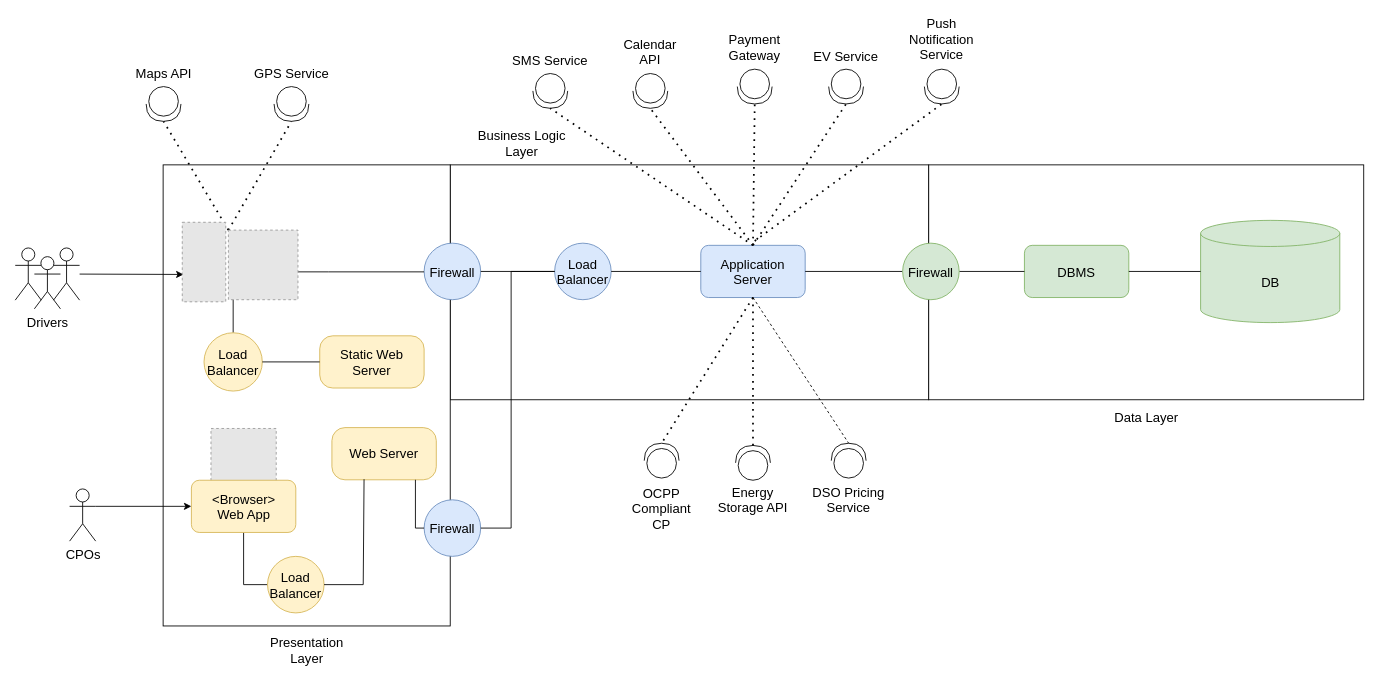
gio-del/eMall keeps this draw.io diagram as DD/src/Overview/overview_diagram.drawio. Above is the earlier version. Source tidied: cells renumbered, new cells numbered last; positions are measured from the earlier drawing's top-left corner, leaving out a move shared by most shapes. Both pictures are drawn from the tidied source at 87%, with x=0, y=0 at pixel (15, 25). Pictures stored in the file or linked from it are replaced by grey dashed boxes.
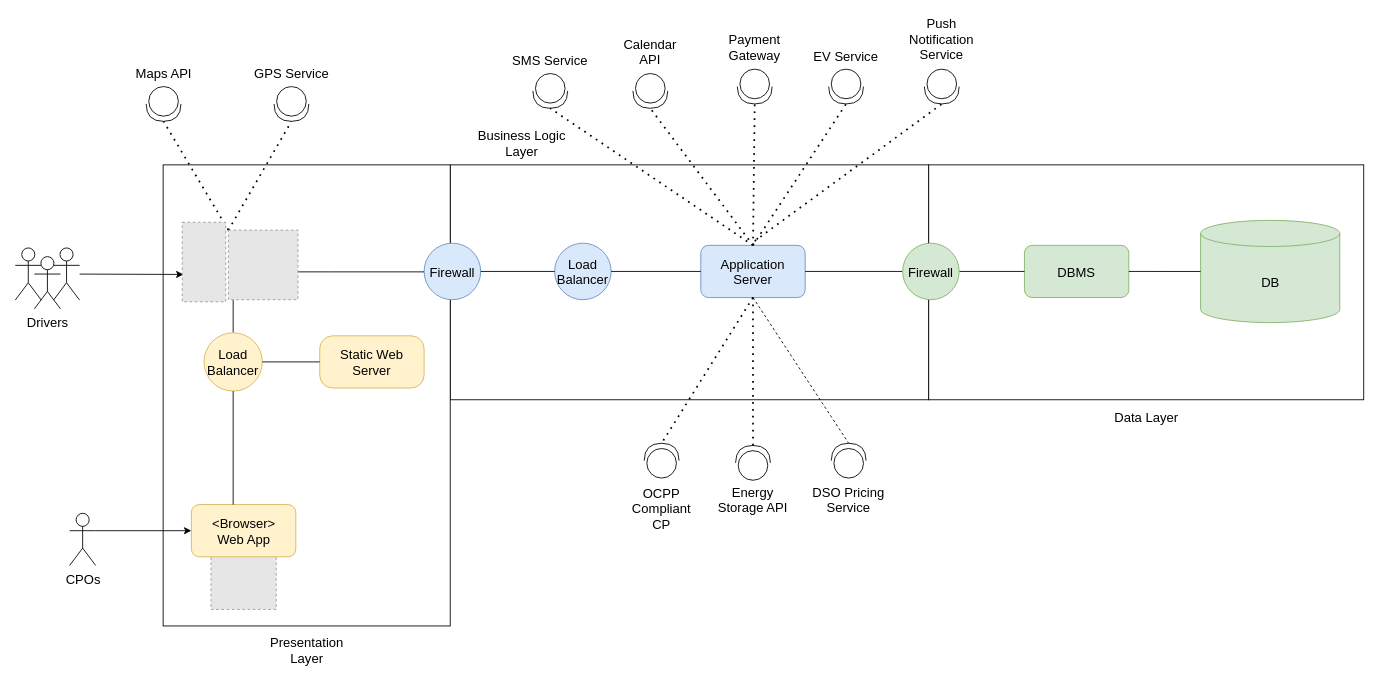
Above is the later version.

Unchanged cells that the change refers to:
```xml
<mxCell id="12" value="Load Balancer" style="ellipse;whiteSpace=wrap;html=1;fillColor=#dae8fc;strokeColor=#6c8ebf;fontSize=15;" parent="1" vertex="1">
  <mxGeometry x="620" y="250" width="65" height="65" as="geometry" />
</mxCell>
<mxCell id="57" value="&lt;div&gt;Load&lt;/div&gt;&lt;div&gt;Balancer&lt;br&gt;&lt;/div&gt;" style="ellipse;whiteSpace=wrap;html=1;fillColor=#fff2cc;strokeColor=#d6b656;fontSize=15;" parent="1" vertex="1">
  <mxGeometry x="217" y="353" width="67" height="67" as="geometry" />
</mxCell>
```

Change to the diagram source:
```diff
@@
     <mxCell id="7" value="CPOs" style="shape=umlActor;verticalLabelPosition=bottom;verticalAlign=top;html=1;outlineConnect=0;fontSize=15;" parent="1" vertex="1">
-      <mxGeometry x="62.5" y="532.5" width="30" height="60" as="geometry" />
+      <mxGeometry x="62.5" y="560.5" width="30" height="60" as="geometry" />
     </mxCell>
@@
-    <mxCell id="22" value="Web Server" style="rounded=1;whiteSpace=wrap;html=1;arcSize=25;fillColor=#fff2cc;strokeColor=#d6b656;fontSize=15;" parent="1" vertex="1">
-      <mxGeometry x="364" y="462" width="120" height="60" as="geometry" />
-    </mxCell>
-    <mxCell id="23" value="&lt;div style=&quot;font-size: 15px;&quot;&gt;Firewall&lt;/div&gt;" style="ellipse;whiteSpace=wrap;html=1;fillColor=#dae8fc;strokeColor=#6c8ebf;fontSize=15;" parent="1" vertex="1">
-      <mxGeometry x="470" y="545" width="65" height="65" as="geometry" />
-    </mxCell>
@@
-    <mxCell id="26" style="endArrow=none;html=1;rounded=0;exitX=0.5;exitY=1;exitDx=0;exitDy=0;fontSize=15;entryX=0;entryY=0.5;entryDx=0;entryDy=0;edgeStyle=orthogonalEdgeStyle;" parent="1" edge="1" source="66" target="62">
-      <mxGeometry relative="1" as="geometry" />
-    </mxCell>
@@
     <mxCell id="58" style="fillColor=#E6E6E6;strokeColor=#999999;dashed=1;verticalLabelPosition=bottom;labelBackgroundColor=#ffffff;verticalAlign=top;" parent="1" vertex="1">
-      <mxGeometry x="225" y="463" width="75" height="75" as="geometry" />
+      <mxGeometry x="225" y="596" width="75" height="75" as="geometry" />
     </mxCell>
@@
-    <mxCell id="62" value="Load Balancer" style="ellipse;whiteSpace=wrap;html=1;fillColor=#fff2cc;strokeColor=#d6b656;fontSize=15;" parent="1" vertex="1">
-      <mxGeometry x="290" y="610" width="65" height="65" as="geometry" />
-    </mxCell>
-    <mxCell id="63" style="endArrow=none;html=1;rounded=0;exitX=1;exitY=0.5;exitDx=0;exitDy=0;fontSize=15;entryX=0.308;entryY=0.989;entryDx=0;entryDy=0;edgeStyle=orthogonalEdgeStyle;entryPerimeter=0;" parent="1" edge="1" source="62" target="22">
-      <mxGeometry relative="1" as="geometry">
-        <Array as="points">
-          <mxPoint x="400" y="643" />
-          <mxPoint x="400" y="521" />
-        </Array>
-      </mxGeometry>
-    </mxCell>
-    <mxCell id="64" style="endArrow=none;html=1;rounded=0;fontSize=15;edgeStyle=orthogonalEdgeStyle;entryX=0;entryY=0.5;entryDx=0;entryDy=0;" parent="1" edge="1" source="22" target="23">
-      <mxGeometry relative="1" as="geometry">
-        <Array as="points">
-          <mxPoint x="460" y="577" />
-        </Array>
-      </mxGeometry>
-    </mxCell>
-    <mxCell id="65" style="endArrow=none;html=1;rounded=0;exitX=1;exitY=0.5;exitDx=0;exitDy=0;entryX=0;entryY=0.5;entryDx=0;entryDy=0;edgeStyle=orthogonalEdgeStyle;" parent="1" edge="1" source="23" target="12">
-      <mxGeometry relative="1" as="geometry">
-        <Array as="points">
-          <mxPoint x="570" y="578" />
-          <mxPoint x="570" y="283" />
-        </Array>
-      </mxGeometry>
-    </mxCell>
     <mxCell id="66" value="&lt;div style=&quot;font-size: 15px;&quot;&gt;&amp;lt;Browser&amp;gt;&lt;/div&gt;&lt;div style=&quot;font-size: 15px;&quot;&gt;Web App&lt;/div&gt;" style="rounded=1;whiteSpace=wrap;html=1;fillColor=#fff2cc;strokeColor=#d6b656;fontSize=15;" parent="1" vertex="1">
-      <mxGeometry x="202.5" y="522.5" width="120" height="60" as="geometry" />
+      <mxGeometry x="202.5" y="550.5" width="120" height="60" as="geometry" />
     </mxCell>
@@
+    <mxCell id="64" style="endArrow=none;html=1;rounded=0;exitX=0.5;exitY=1;exitDx=0;exitDy=0;fontSize=15;startArrow=none;edgeStyle=orthogonalEdgeStyle;" parent="1" edge="1" source="57" target="66">
+      <mxGeometry relative="1" as="geometry">
+        <Array as="points">
+          <mxPoint x="251" y="520" />
+          <mxPoint x="251" y="520" />
+        </Array>
+      </mxGeometry>
+    </mxCell>
```
